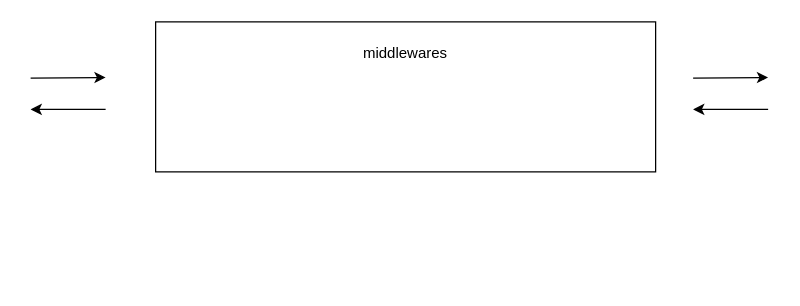
zlv2s/diagram keeps this draw.io diagram as gateway.drawio. Above is the earlier version. Source tidied: cells renumbered, new cells numbered last; positions are measured from the earlier drawing's top-left corner, leaving out a move shared by most shapes. Both pictures are drawn from the tidied source at 125%, with x=0, y=0 at pixel (30, 21).
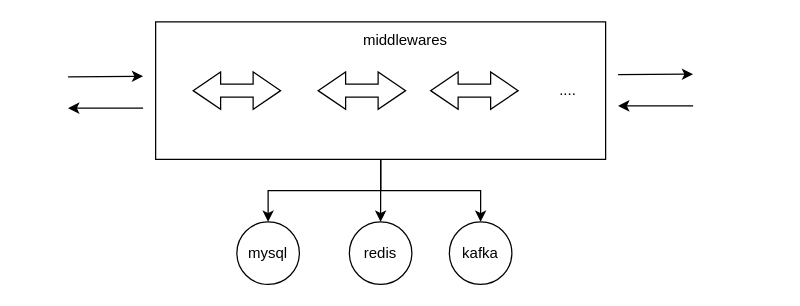
The same diagram, later.

Change to the diagram source:
```diff
@@
     <mxCell id="2" style="endArrow=classic;html=1;rounded=0;" parent="1" edge="1">
       <mxGeometry relative="1" as="geometry">
-        <mxPoint y="45" as="sourcePoint" />
-        <mxPoint x="60" y="44.5" as="targetPoint" />
+        <mxPoint x="30" y="44" as="sourcePoint" />
+        <mxPoint x="90" y="43.5" as="targetPoint" />
       </mxGeometry>
     </mxCell>
+    <mxCell id="8" style="edgeStyle=orthogonalEdgeStyle;rounded=0;jettySize=auto;html=1;exitX=0.5;exitY=1;exitDx=0;exitDy=0;entryX=0.5;entryY=0;entryDx=0;entryDy=0;" parent="1" edge="1" source="3" target="15">
+      <mxGeometry relative="1" as="geometry" />
+    </mxCell>
+    <mxCell id="9" style="edgeStyle=orthogonalEdgeStyle;rounded=0;jettySize=auto;html=1;exitX=0.5;exitY=1;exitDx=0;exitDy=0;entryX=0.5;entryY=0;entryDx=0;entryDy=0;" parent="1" edge="1" source="3" target="16">
+      <mxGeometry relative="1" as="geometry" />
+    </mxCell>
+    <mxCell id="10" style="edgeStyle=orthogonalEdgeStyle;rounded=0;jettySize=auto;html=1;exitX=0.5;exitY=1;exitDx=0;exitDy=0;entryX=0.5;entryY=0;entryDx=0;entryDy=0;" parent="1" edge="1" source="3" target="17">
+      <mxGeometry relative="1" as="geometry" />
+    </mxCell>
     <mxCell id="3" style="rounded=0;whiteSpace=wrap;html=1;" parent="1" vertex="1">
-      <mxGeometry x="100" width="400" height="120" as="geometry" />
+      <mxGeometry x="100" width="360" height="110" as="geometry" />
     </mxCell>
     <mxCell id="4" style="endArrow=classic;html=1;rounded=0;" parent="1" edge="1">
       <mxGeometry relative="1" as="geometry">
-        <mxPoint x="530" y="45" as="sourcePoint" />
-        <mxPoint x="590" y="44.5" as="targetPoint" />
+        <mxPoint x="470" y="42.2" as="sourcePoint" />
+        <mxPoint x="530" y="41.8" as="targetPoint" />
       </mxGeometry>
     </mxCell>
     <mxCell id="5" style="endArrow=classic;html=1;rounded=0;" parent="1" edge="1">
       <mxGeometry relative="1" as="geometry">
-        <mxPoint x="590" y="70" as="sourcePoint" />
-        <mxPoint x="530" y="70" as="targetPoint" />
+        <mxPoint x="530" y="67.2" as="sourcePoint" />
+        <mxPoint x="470" y="67.2" as="targetPoint" />
       </mxGeometry>
     </mxCell>
     <mxCell id="6" style="endArrow=classic;html=1;rounded=0;" parent="1" edge="1">
       <mxGeometry relative="1" as="geometry">
-        <mxPoint x="60" y="70" as="sourcePoint" />
-        <mxPoint y="70" as="targetPoint" />
+        <mxPoint x="90" y="69" as="sourcePoint" />
+        <mxPoint x="30" y="69" as="targetPoint" />
       </mxGeometry>
     </mxCell>
     <mxCell id="7" value="middlewares" style="text;html=1;strokeColor=none;fillColor=none;align=center;verticalAlign=middle;whiteSpace=wrap;rounded=0;" parent="1" vertex="1">
-      <mxGeometry x="270" y="10" width="60" height="30" as="geometry" />
+      <mxGeometry x="270" width="60" height="30" as="geometry" />
     </mxCell>
+    <mxCell id="11" style="html=1;shadow=0;dashed=0;align=center;verticalAlign=middle;shape=mxgraph.arrows2.twoWayArrow;dy=0.65;dx=22;" parent="1" vertex="1">
+      <mxGeometry x="130" y="40" width="70" height="30" as="geometry" />
+    </mxCell>
+    <mxCell id="12" style="html=1;shadow=0;dashed=0;align=center;verticalAlign=middle;shape=mxgraph.arrows2.twoWayArrow;dy=0.65;dx=22;" parent="1" vertex="1">
+      <mxGeometry x="230" y="40" width="70" height="30" as="geometry" />
+    </mxCell>
+    <mxCell id="13" style="html=1;shadow=0;dashed=0;align=center;verticalAlign=middle;shape=mxgraph.arrows2.twoWayArrow;dy=0.65;dx=22;" parent="1" vertex="1">
+      <mxGeometry x="320" y="40" width="70" height="30" as="geometry" />
+    </mxCell>
+    <mxCell id="14" value="...." style="text;html=1;strokeColor=none;fillColor=none;align=center;verticalAlign=middle;whiteSpace=wrap;rounded=0;" parent="1" vertex="1">
+      <mxGeometry x="400" y="40" width="60" height="30" as="geometry" />
+    </mxCell>
+    <mxCell id="15" value="mysql" style="ellipse;whiteSpace=wrap;html=1;" parent="1" vertex="1">
+      <mxGeometry x="165" y="160" width="50" height="50" as="geometry" />
+    </mxCell>
+    <mxCell id="16" value="redis" style="ellipse;whiteSpace=wrap;html=1;" parent="1" vertex="1">
+      <mxGeometry x="255" y="160" width="50" height="50" as="geometry" />
+    </mxCell>
+    <mxCell id="17" value="kafka" style="ellipse;whiteSpace=wrap;html=1;" parent="1" vertex="1">
+      <mxGeometry x="335" y="160" width="50" height="50" as="geometry" />
+    </mxCell>
```
